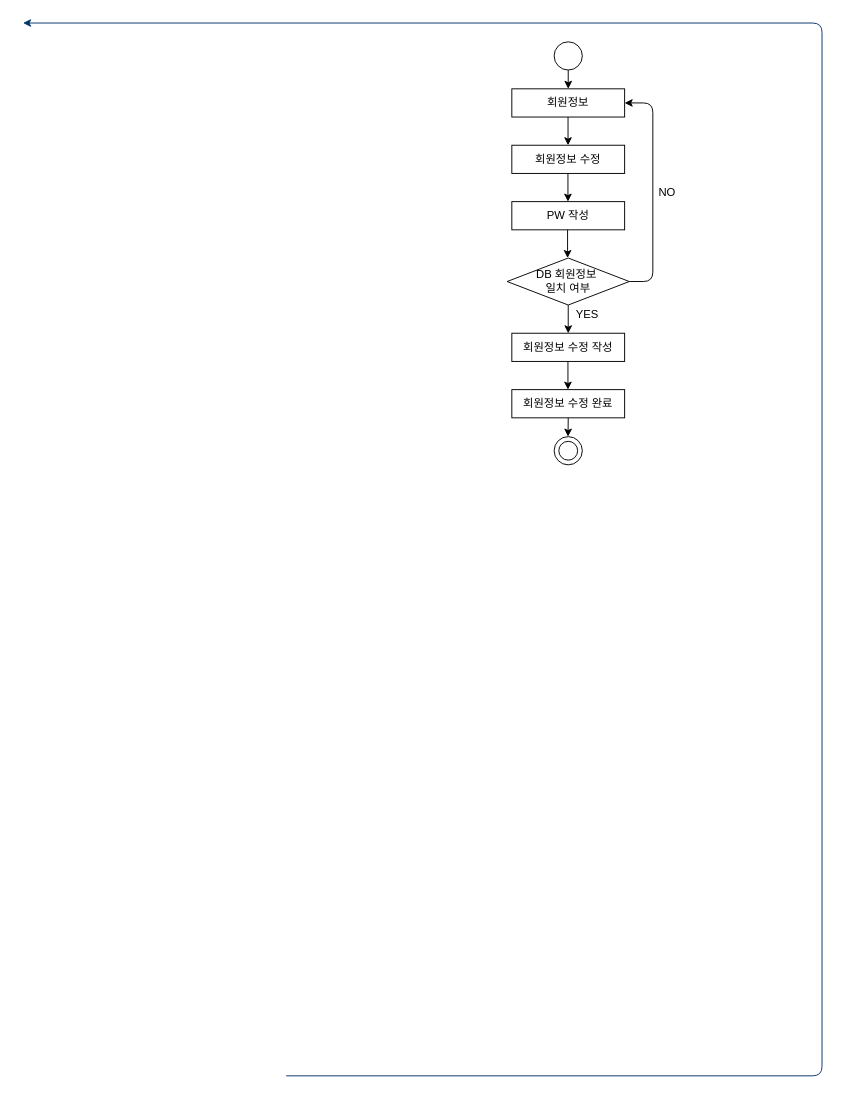
Before: 네비게이션 흐름도/회원정보 수정.drawio in snowskyblue/-, a draw.io diagram. Source tidied: cells renumbered, new cells numbered last; positions are measured from the earlier drawing's top-left corner, leaving out a move shared by most shapes. Both pictures are drawn from the tidied source at 94%, with x=0, y=0 at pixel (23, 23).
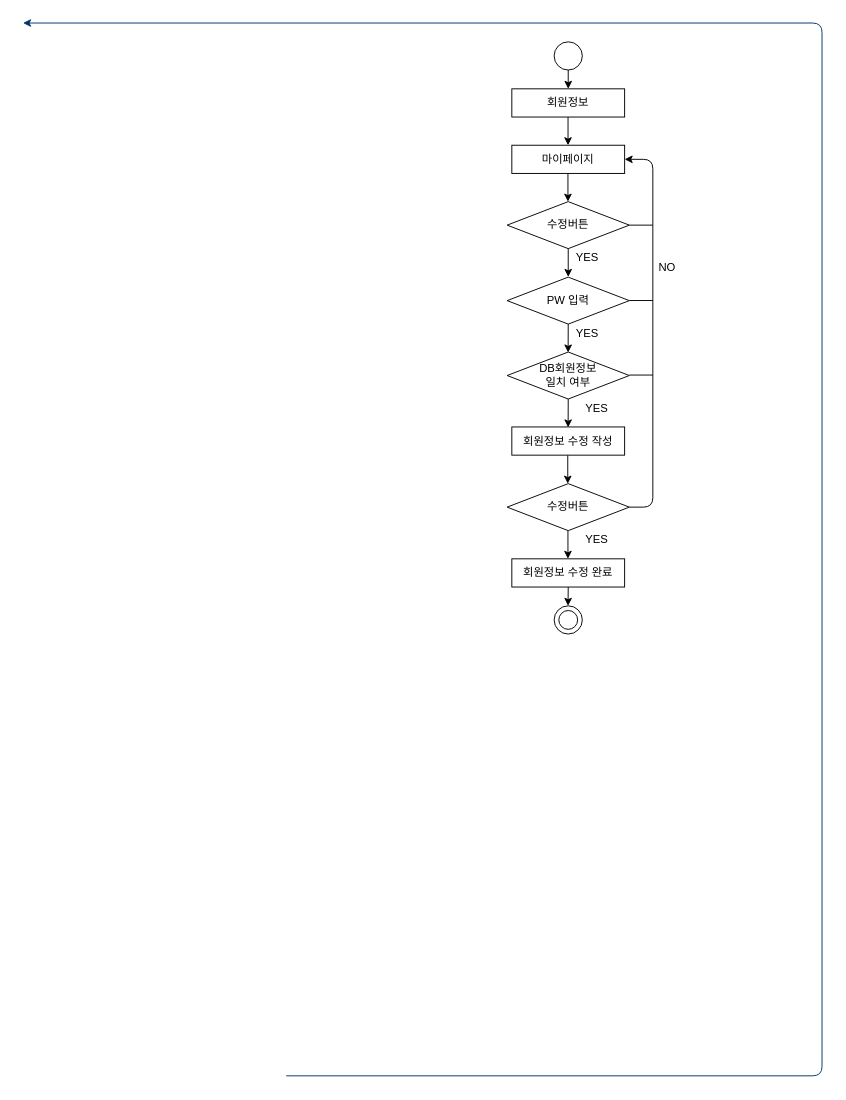
Above is the later version.

Commit message:
네비게이션 수정

The change refers to these unchanged cells:
```xml
<mxCell id="10" value="회원정보" style="rounded=0;whiteSpace=wrap;html=1;" parent="1" vertex="1">
  <mxGeometry x="520" y="70" width="120" height="30" as="geometry" />
</mxCell>
```

Diff of the diagram source:
```diff
@@
-    <mxCell id="5" value="회원정보 수정" style="rounded=0;whiteSpace=wrap;html=1;" parent="1" vertex="1">
+    <mxCell id="5" value="마이페이지" style="rounded=0;whiteSpace=wrap;html=1;" parent="1" vertex="1">
       <mxGeometry x="520" y="130" width="120" height="30" as="geometry" />
     </mxCell>
-    <mxCell id="6" value="DB 회원정보&amp;nbsp;&lt;br&gt;일치 여부" style="rhombus;whiteSpace=wrap;html=1;" parent="1" vertex="1">
-      <mxGeometry x="515" y="250" width="130" height="50" as="geometry" />
+    <mxCell id="6" value="수정버튼" style="rhombus;whiteSpace=wrap;html=1;" parent="1" vertex="1">
+      <mxGeometry x="515" y="190" width="130" height="50" as="geometry" />
     </mxCell>
@@
     <mxCell id="9" value="YES" style="text;html=1;align=center;verticalAlign=middle;fillColor=none;strokeColor=none;rounded=0;" parent="1" vertex="1">
-      <mxGeometry x="580" y="300" width="40" height="20" as="geometry" />
+      <mxGeometry x="580" y="240" width="40" height="20" as="geometry" />
     </mxCell>
@@
     <mxCell id="11" style="edgeStyle=orthogonalEdgeStyle;rounded=0;orthogonalLoop=1;jettySize=auto;html=1;exitX=0.5;exitY=1;exitDx=0;exitDy=0;" parent="1" edge="1">
       <mxGeometry relative="1" as="geometry">
-        <mxPoint x="580" y="420" as="sourcePoint" />
-        <mxPoint x="579.8" y="440" as="targetPoint" />
+        <mxPoint x="580" y="600" as="sourcePoint" />
+        <mxPoint x="579.8" y="620" as="targetPoint" />
       </mxGeometry>
     </mxCell>
     <mxCell id="12" style="ellipse;whiteSpace=wrap;html=1;" parent="1" vertex="1">
-      <mxGeometry x="565" y="440" width="30" height="30" as="geometry" />
+      <mxGeometry x="565" y="620" width="30" height="30" as="geometry" />
     </mxCell>
     <mxCell id="13" style="ellipse;whiteSpace=wrap;html=1;" parent="1" vertex="1">
-      <mxGeometry x="570" y="445" width="20" height="20" as="geometry" />
+      <mxGeometry x="570" y="625" width="20" height="20" as="geometry" />
     </mxCell>
     <mxCell id="14" value="회원정보 수정 작성" style="rounded=0;whiteSpace=wrap;html=1;" parent="1" vertex="1">
-      <mxGeometry x="520" y="330" width="120" height="30" as="geometry" />
+      <mxGeometry x="520" y="429.7" width="120" height="30" as="geometry" />
     </mxCell>
     <mxCell id="15" style="edgeStyle=orthogonalEdgeStyle;rounded=0;orthogonalLoop=1;jettySize=auto;html=1;" parent="1" edge="1">
       <mxGeometry relative="1" as="geometry">
-        <mxPoint x="580" y="300" as="sourcePoint" />
-        <mxPoint x="580" y="330.1" as="targetPoint" />
+        <mxPoint x="580" y="240" as="sourcePoint" />
+        <mxPoint x="580" y="270.1" as="targetPoint" />
       </mxGeometry>
     </mxCell>
-    <mxCell id="16" value="PW 작성" style="rounded=0;whiteSpace=wrap;html=1;" parent="1" vertex="1">
-      <mxGeometry x="520" y="190" width="120" height="30" as="geometry" />
-    </mxCell>
-    <mxCell id="17" style="endArrow=classic;html=1;exitX=0.5;exitY=1;exitDx=0;exitDy=0;" parent="1" edge="1">
-      <mxGeometry relative="1" as="geometry">
-        <mxPoint x="579.3" y="220" as="sourcePoint" />
-        <mxPoint x="579.3" y="250" as="targetPoint" />
-      </mxGeometry>
-    </mxCell>
     <mxCell id="18" style="endArrow=classic;html=1;exitX=0.5;exitY=1;exitDx=0;exitDy=0;" parent="1" edge="1">
       <mxGeometry relative="1" as="geometry">
-        <mxPoint x="579.7" y="360" as="sourcePoint" />
-        <mxPoint x="579.7" y="390" as="targetPoint" />
+        <mxPoint x="579.7" y="540" as="sourcePoint" />
+        <mxPoint x="579.7" y="570" as="targetPoint" />
       </mxGeometry>
     </mxCell>
     <mxCell id="19" value="회원정보 수정 완료" style="rounded=0;whiteSpace=wrap;html=1;" parent="1" vertex="1">
-      <mxGeometry x="520" y="390" width="120" height="30" as="geometry" />
+      <mxGeometry x="520" y="570" width="120" height="30" as="geometry" />
     </mxCell>
-    <mxCell id="20" style="edgeStyle=elbowEdgeStyle;elbow=horizontal;endArrow=classic;html=1;entryX=1;entryY=0.5;entryDx=0;entryDy=0;exitX=1;exitY=0.5;exitDx=0;exitDy=0;" parent="1" edge="1" target="10">
+    <mxCell id="20" style="edgeStyle=elbowEdgeStyle;elbow=horizontal;endArrow=classic;html=1;entryX=1;entryY=0.5;entryDx=0;entryDy=0;exitX=1;exitY=0.5;exitDx=0;exitDy=0;" parent="1" edge="1" source="28" target="5">
       <mxGeometry relative="1" as="geometry">
-        <mxPoint x="645" y="275" as="sourcePoint" />
         <Array as="points">
           <mxPoint x="670" y="199.8" />
           <mxPoint x="690" y="199.8" />
           <mxPoint x="755" y="199.8" />
           <mxPoint x="765" y="179.8" />
         </Array>
       </mxGeometry>
     </mxCell>
     <mxCell id="21" value="NO" style="text;html=1;align=center;verticalAlign=middle;fillColor=none;strokeColor=none;rounded=0;" parent="1" vertex="1">
-      <mxGeometry x="670" y="170" width="30" height="20" as="geometry" />
+      <mxGeometry x="670" y="250.3" width="30" height="20" as="geometry" />
     </mxCell>
+    <mxCell id="22" value="PW 입력" style="rhombus;whiteSpace=wrap;html=1;" parent="1" vertex="1">
+      <mxGeometry x="515" y="270.3" width="130" height="50" as="geometry" />
+    </mxCell>
+    <mxCell id="23" style="edgeStyle=orthogonalEdgeStyle;rounded=0;orthogonalLoop=1;jettySize=auto;html=1;" parent="1" edge="1">
+      <mxGeometry relative="1" as="geometry">
+        <mxPoint x="580" y="400" as="sourcePoint" />
+        <mxPoint x="579.9" y="430.2" as="targetPoint" />
+      </mxGeometry>
+    </mxCell>
+    <mxCell id="24" style="edgeStyle=orthogonalEdgeStyle;rounded=0;orthogonalLoop=1;jettySize=auto;html=1;" parent="1" edge="1">
+      <mxGeometry relative="1" as="geometry">
+        <mxPoint x="580" y="320.3" as="sourcePoint" />
+        <mxPoint x="579.9" y="350.5" as="targetPoint" />
+      </mxGeometry>
+    </mxCell>
+    <mxCell id="25" value="DB회원정보&lt;br&gt;일치 여부" style="rhombus;whiteSpace=wrap;html=1;" parent="1" vertex="1">
+      <mxGeometry x="515" y="350" width="130" height="50" as="geometry" />
+    </mxCell>
+    <mxCell id="26" style="endArrow=none;html=1;exitX=1;exitY=0.5;exitDx=0;exitDy=0;" parent="1" edge="1" source="6">
+      <mxGeometry relative="1" as="geometry">
+        <mxPoint x="670" y="215" as="targetPoint" />
+      </mxGeometry>
+    </mxCell>
+    <mxCell id="27" style="endArrow=none;html=1;exitX=1;exitY=0.5;exitDx=0;exitDy=0;" parent="1" edge="1">
+      <mxGeometry relative="1" as="geometry">
+        <mxPoint x="645" y="295.2" as="sourcePoint" />
+        <mxPoint x="670" y="295.2" as="targetPoint" />
+      </mxGeometry>
+    </mxCell>
+    <mxCell id="28" value="수정버튼" style="rhombus;whiteSpace=wrap;html=1;" parent="1" vertex="1">
+      <mxGeometry x="515" y="490" width="130" height="50" as="geometry" />
+    </mxCell>
+    <mxCell id="29" style="edgeStyle=orthogonalEdgeStyle;rounded=0;orthogonalLoop=1;jettySize=auto;html=1;" parent="1" edge="1">
+      <mxGeometry relative="1" as="geometry">
+        <mxPoint x="579.5" y="460" as="sourcePoint" />
+        <mxPoint x="579.5" y="490" as="targetPoint" />
+      </mxGeometry>
+    </mxCell>
+    <mxCell id="30" style="endArrow=none;html=1;exitX=1;exitY=0.5;exitDx=0;exitDy=0;" parent="1" edge="1">
+      <mxGeometry relative="1" as="geometry">
+        <mxPoint x="645" y="374.5" as="sourcePoint" />
+        <mxPoint x="670" y="374.5" as="targetPoint" />
+      </mxGeometry>
+    </mxCell>
+    <mxCell id="31" value="YES" style="text;html=1;align=center;verticalAlign=middle;fillColor=none;strokeColor=none;rounded=0;" parent="1" vertex="1">
+      <mxGeometry x="580" y="320.3" width="40" height="20" as="geometry" />
+    </mxCell>
+    <mxCell id="32" value="YES" style="text;html=1;align=center;verticalAlign=middle;fillColor=none;strokeColor=none;rounded=0;" parent="1" vertex="1">
+      <mxGeometry x="590" y="400" width="40" height="20" as="geometry" />
+    </mxCell>
+    <mxCell id="33" value="YES" style="text;html=1;align=center;verticalAlign=middle;fillColor=none;strokeColor=none;rounded=0;" parent="1" vertex="1">
+      <mxGeometry x="590" y="540" width="40" height="20" as="geometry" />
+    </mxCell>
```
